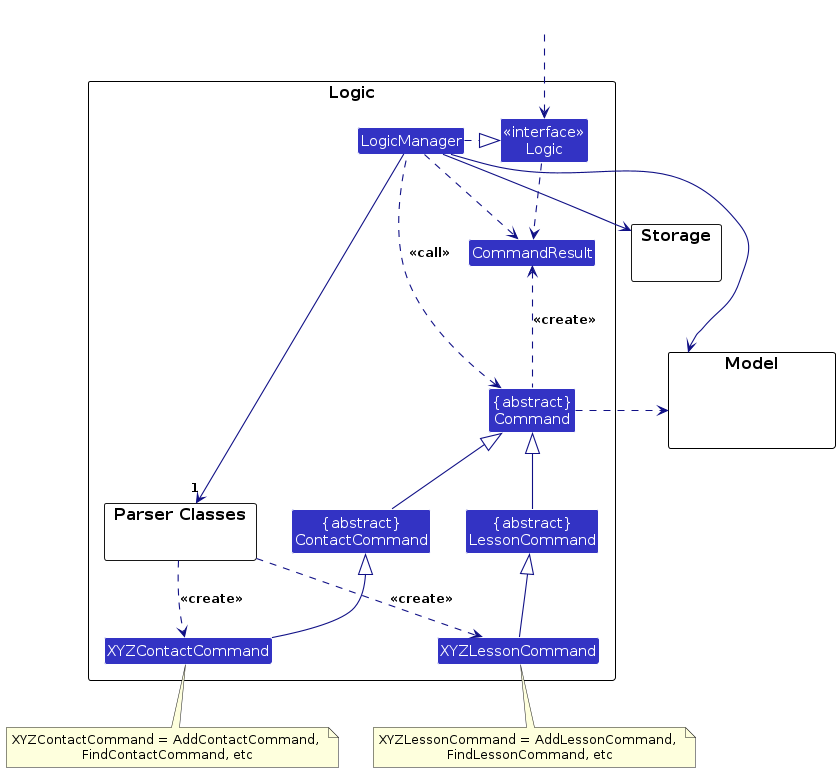
This is diagrams/LogicClassDiagram.png from AY2425S1-CS2103-F11-2/tp, a PlantUML export, as it was before one commit. Its source is kept beside it as diagrams/LogicClassDiagram.puml.
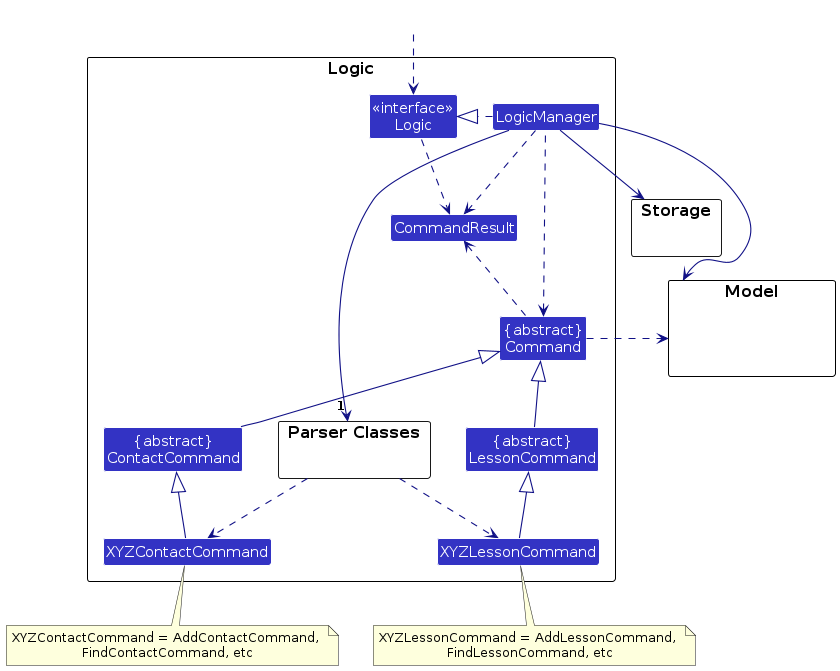
Above is the later version.

Change to the diagram source:
```diff
@@ -32,14 +32,14 @@
 
 LogicManager .right.|> Logic
 LogicManager -right->"1" ParserClasses
-ParserClasses ..> XYZContactCommand : <<create>>
-ParserClasses ..> XYZLessonCommand : <<create>>
+ParserClasses ..> XYZContactCommand
+ParserClasses ..> XYZLessonCommand
 
 ContactCommand -up-|> Command
 LessonCommand -up-|> Command
 XYZContactCommand -up-|> ContactCommand
 XYZLessonCommand -up-|> LessonCommand
-LogicManager .left.> Command : <<call>>
+LogicManager .left.> Command
 
 LogicManager --> Model
 LogicManager --> Storage
@@ -51,5 +51,5 @@
 
 Logic ..> CommandResult
 LogicManager .down.> CommandResult
-Command .up.> CommandResult : <<create>>
+Command .up.> CommandResult
 @enduml
```
